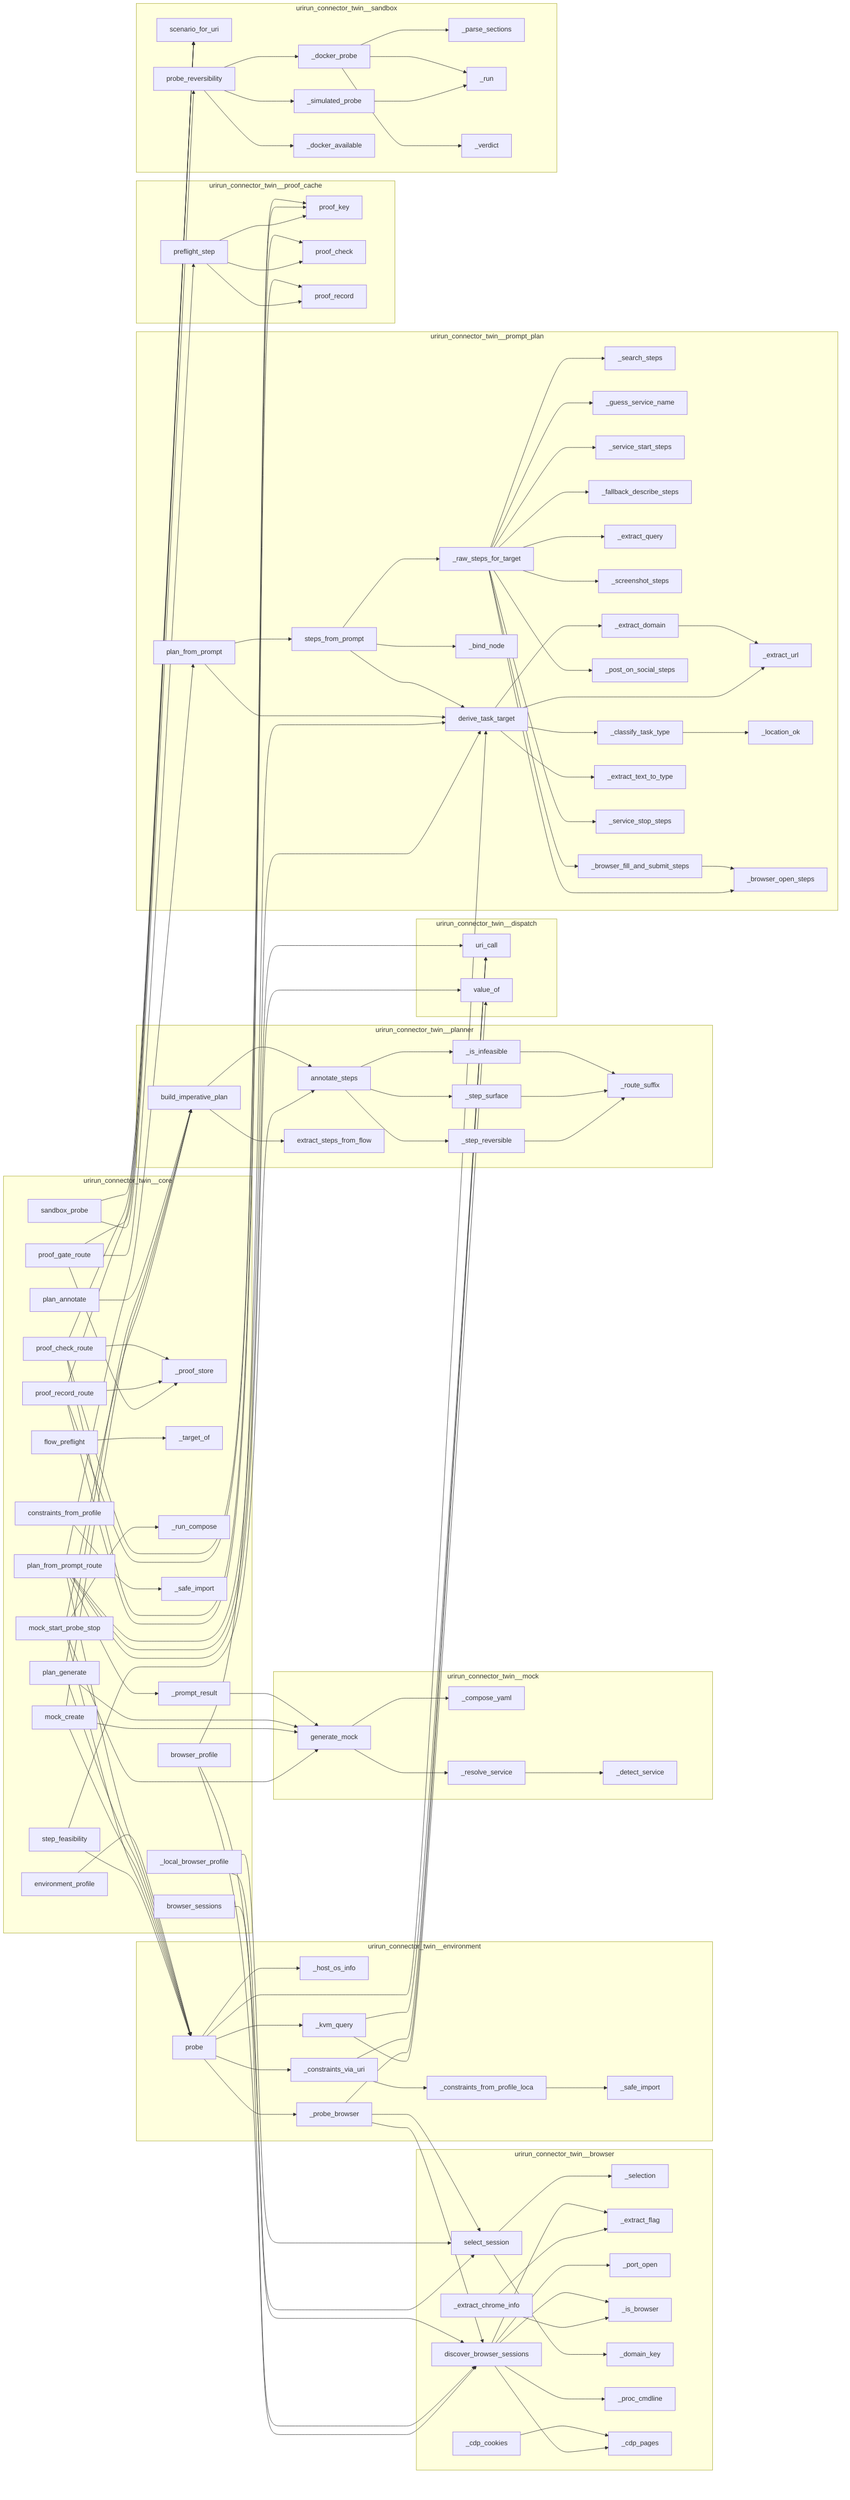
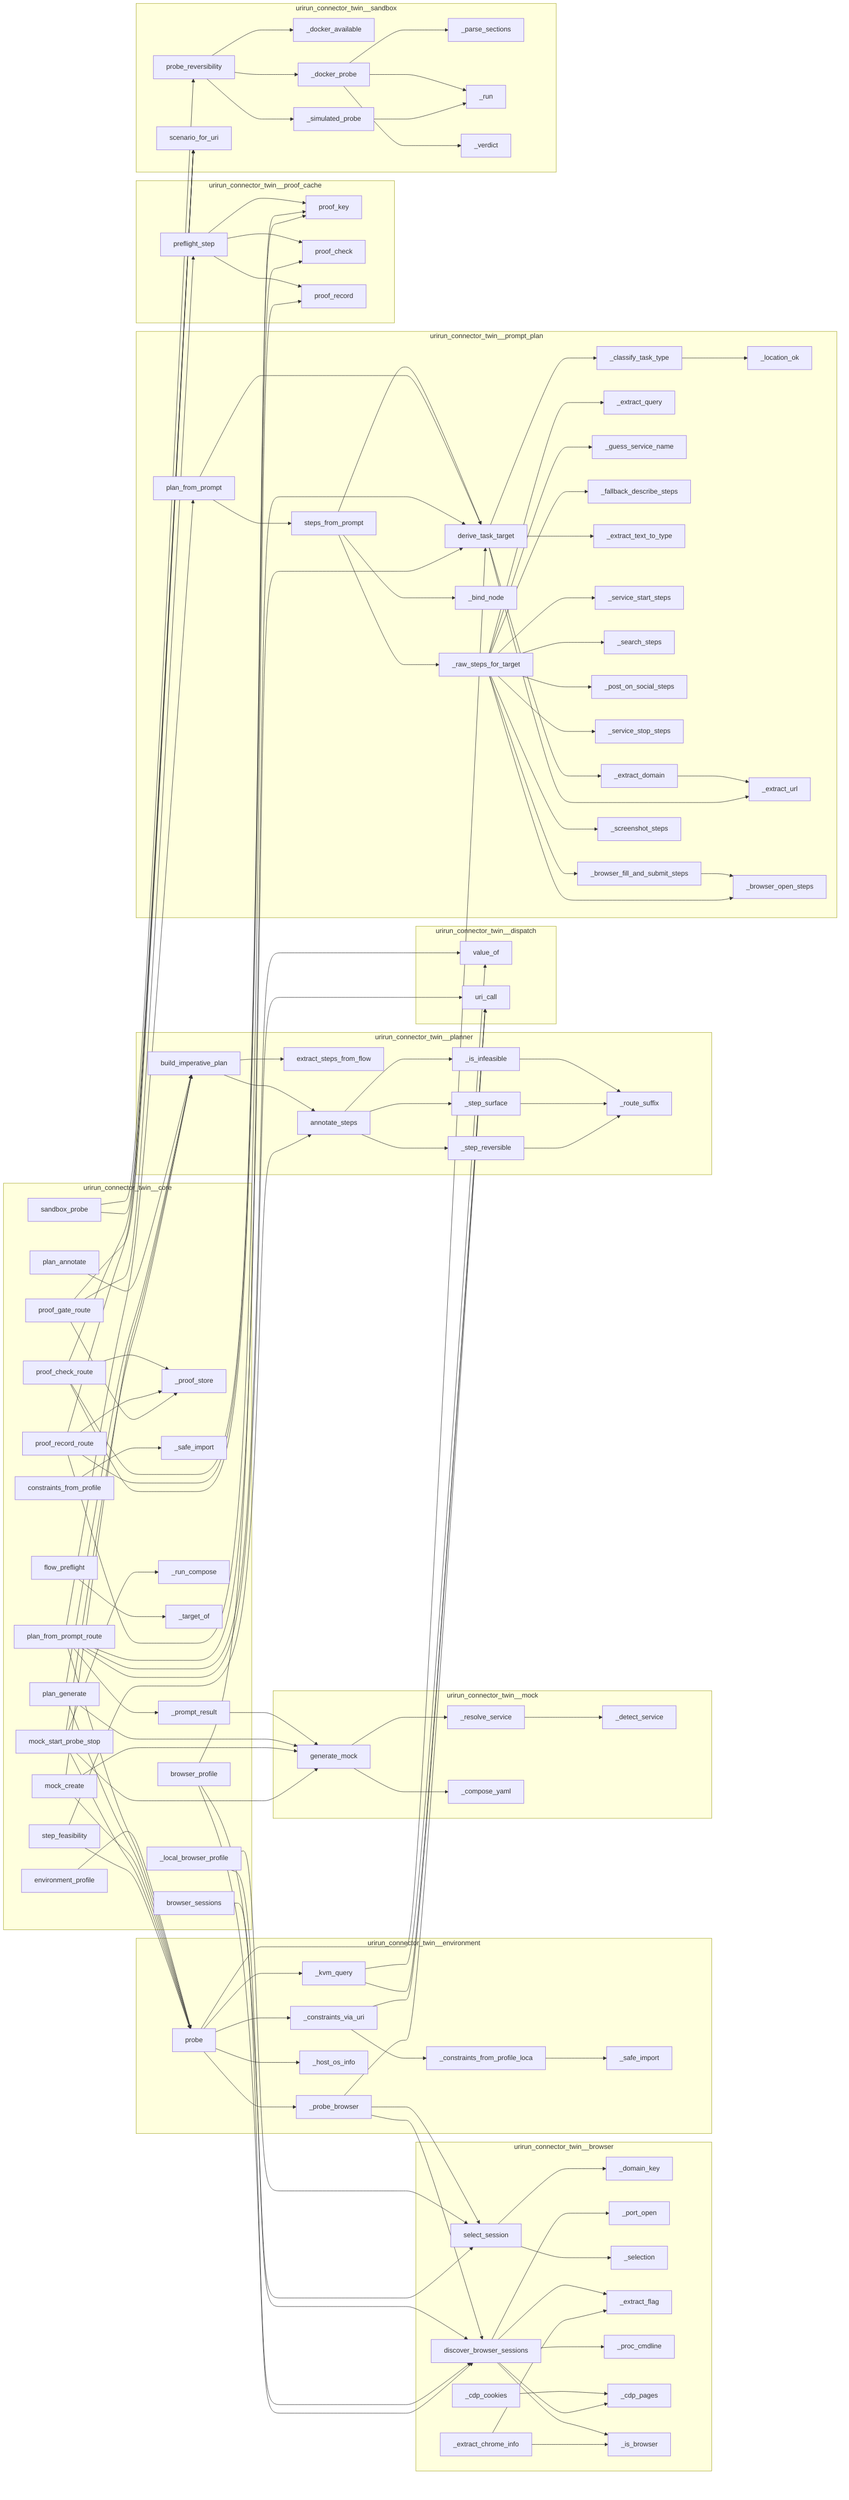
flowchart LR
%% generated in 0.00s
    subgraph urirun_connector_twin__browser
+         urirun_connector_twin__browser___domain_key["_domain_key"]
+         urirun_connector_twin__browser___port_open["_port_open"]
+         urirun_connector_twin__browser___extract_chrome_info["_extract_chrome_info"]
+         urirun_connector_twin__browser___cdp_cookies["_cdp_cookies"]
        urirun_connector_twin__browser___selection["_selection"]
-         urirun_connector_twin__browser___extract_chrome_info["_extract_chrome_info"]
+         urirun_connector_twin__browser__discover_browser_sessions["discover_browser_sessions"]
        urirun_connector_twin__browser___extract_flag["_extract_flag"]
-         urirun_connector_twin__browser__select_session["select_session"]
-         urirun_connector_twin__browser___port_open["_port_open"]
-         urirun_connector_twin__browser___cdp_cookies["_cdp_cookies"]
-         urirun_connector_twin__browser___is_browser["_is_browser"]
-         urirun_connector_twin__browser___domain_key["_domain_key"]
        urirun_connector_twin__browser___proc_cmdline["_proc_cmdline"]
        urirun_connector_twin__browser___cdp_pages["_cdp_pages"]
-         urirun_connector_twin__browser__discover_browser_sessions["discover_browser_sessions"]
+         urirun_connector_twin__browser___is_browser["_is_browser"]
+         urirun_connector_twin__browser__select_session["select_session"]
    end
    subgraph urirun_connector_twin__core
+         urirun_connector_twin__core__flow_preflight["flow_preflight"]
+         urirun_connector_twin__core__mock_create["mock_create"]
+         urirun_connector_twin__core__proof_check_route["proof_check_route"]
        urirun_connector_twin__core___proof_store["_proof_store"]
-         urirun_connector_twin__core___target_of["_target_of"]
-         urirun_connector_twin__core__plan_from_prompt_route["plan_from_prompt_route"]
-         urirun_connector_twin__core___run_compose["_run_compose"]
-         urirun_connector_twin__core__flow_preflight["flow_preflight"]
+         urirun_connector_twin__core___safe_import["_safe_import"]
        urirun_connector_twin__core__step_feasibility["step_feasibility"]
-         urirun_connector_twin__core__mock_create["mock_create"]
-         urirun_connector_twin__core__browser_sessions["browser_sessions"]
-         urirun_connector_twin__core__proof_record_route["proof_record_route"]
-         urirun_connector_twin__core__constraints_from_profile["constraints_from_profile"]
-         urirun_connector_twin__core__browser_profile["browser_profile"]
-         urirun_connector_twin__core__proof_gate_route["proof_gate_route"]
-         urirun_connector_twin__core__proof_check_route["proof_check_route"]
-         urirun_connector_twin__core___safe_import["_safe_import"]
-         urirun_connector_twin__core__plan_annotate["plan_annotate"]
-         urirun_connector_twin__core__plan_generate["plan_generate"]
-         urirun_connector_twin__core__mock_start_probe_stop["mock_start_probe_stop"]
        urirun_connector_twin__core__sandbox_probe["sandbox_probe"]
        urirun_connector_twin__core___local_browser_profile["_local_browser_profile"]
        urirun_connector_twin__core__environment_profile["environment_profile"]
+         urirun_connector_twin__core__proof_gate_route["proof_gate_route"]
+         urirun_connector_twin__core__constraints_from_profile["constraints_from_profile"]
+         urirun_connector_twin__core__mock_start_probe_stop["mock_start_probe_stop"]
        urirun_connector_twin__core___prompt_result["_prompt_result"]
+         urirun_connector_twin__core__browser_sessions["browser_sessions"]
+         urirun_connector_twin__core__proof_record_route["proof_record_route"]
+         urirun_connector_twin__core__plan_annotate["plan_annotate"]
+         urirun_connector_twin__core___run_compose["_run_compose"]
+         urirun_connector_twin__core___target_of["_target_of"]
+         urirun_connector_twin__core__browser_profile["browser_profile"]
+         urirun_connector_twin__core__plan_generate["plan_generate"]
+         urirun_connector_twin__core__plan_from_prompt_route["plan_from_prompt_route"]
    end
    subgraph urirun_connector_twin__dispatch
+         urirun_connector_twin__dispatch__value_of["value_of"]
        urirun_connector_twin__dispatch__uri_call["uri_call"]
-         urirun_connector_twin__dispatch__value_of["value_of"]
    end
    subgraph urirun_connector_twin__environment
        urirun_connector_twin__environment___safe_import["_safe_import"]
+         urirun_connector_twin__environment___probe_browser["_probe_browser"]
+         urirun_connector_twin__environment___kvm_query["_kvm_query"]
+         urirun_connector_twin__environment___constraints_via_uri["_constraints_via_uri"]
+         urirun_connector_twin__environment__probe["probe"]
        urirun_connector_twin__environment___host_os_info["_host_os_info"]
-         urirun_connector_twin__environment___kvm_query["_kvm_query"]
-         urirun_connector_twin__environment__probe["probe"]
-         urirun_connector_twin__environment___constraints_via_uri["_constraints_via_uri"]
        urirun_connector_twin__environment___constraints_from_profile_local["_constraints_from_profile_loca"]
-         urirun_connector_twin__environment___probe_browser["_probe_browser"]
    end
    subgraph urirun_connector_twin__mock
-         urirun_connector_twin__mock___compose_yaml["_compose_yaml"]
        urirun_connector_twin__mock__generate_mock["generate_mock"]
        urirun_connector_twin__mock___resolve_service["_resolve_service"]
        urirun_connector_twin__mock___detect_service["_detect_service"]
+         urirun_connector_twin__mock___compose_yaml["_compose_yaml"]
    end
    subgraph urirun_connector_twin__planner
+         urirun_connector_twin__planner__build_imperative_plan["build_imperative_plan"]
+         urirun_connector_twin__planner___step_surface["_step_surface"]
+         urirun_connector_twin__planner___is_infeasible["_is_infeasible"]
+         urirun_connector_twin__planner___route_suffix["_route_suffix"]
+         urirun_connector_twin__planner__extract_steps_from_flow["extract_steps_from_flow"]
        urirun_connector_twin__planner__annotate_steps["annotate_steps"]
-         urirun_connector_twin__planner__build_imperative_plan["build_imperative_plan"]
-         urirun_connector_twin__planner___route_suffix["_route_suffix"]
-         urirun_connector_twin__planner___is_infeasible["_is_infeasible"]
-         urirun_connector_twin__planner__extract_steps_from_flow["extract_steps_from_flow"]
        urirun_connector_twin__planner___step_reversible["_step_reversible"]
-         urirun_connector_twin__planner___step_surface["_step_surface"]
    end
    subgraph urirun_connector_twin__prompt_plan
+         urirun_connector_twin__prompt_plan___browser_fill_and_submit_steps["_browser_fill_and_submit_steps"]
+         urirun_connector_twin__prompt_plan___extract_query["_extract_query"]
+         urirun_connector_twin__prompt_plan___guess_service_name["_guess_service_name"]
+         urirun_connector_twin__prompt_plan___fallback_describe_steps["_fallback_describe_steps"]
+         urirun_connector_twin__prompt_plan__steps_from_prompt["steps_from_prompt"]
+         urirun_connector_twin__prompt_plan___extract_text_to_type["_extract_text_to_type"]
+         urirun_connector_twin__prompt_plan___service_start_steps["_service_start_steps"]
+         urirun_connector_twin__prompt_plan___location_ok["_location_ok"]
+         urirun_connector_twin__prompt_plan__plan_from_prompt["plan_from_prompt"]
+         urirun_connector_twin__prompt_plan___search_steps["_search_steps"]
+         urirun_connector_twin__prompt_plan___raw_steps_for_target["_raw_steps_for_target"]
+         urirun_connector_twin__prompt_plan___post_on_social_steps["_post_on_social_steps"]
+         urirun_connector_twin__prompt_plan___extract_url["_extract_url"]
+         urirun_connector_twin__prompt_plan___service_stop_steps["_service_stop_steps"]
+         urirun_connector_twin__prompt_plan___browser_open_steps["_browser_open_steps"]
+         urirun_connector_twin__prompt_plan___bind_node["_bind_node"]
+         urirun_connector_twin__prompt_plan___classify_task_type["_classify_task_type"]
+         urirun_connector_twin__prompt_plan___extract_domain["_extract_domain"]
        urirun_connector_twin__prompt_plan__derive_task_target["derive_task_target"]
-         urirun_connector_twin__prompt_plan___search_steps["_search_steps"]
-         urirun_connector_twin__prompt_plan___guess_service_name["_guess_service_name"]
-         urirun_connector_twin__prompt_plan___service_start_steps["_service_start_steps"]
-         urirun_connector_twin__prompt_plan___fallback_describe_steps["_fallback_describe_steps"]
-         urirun_connector_twin__prompt_plan___extract_query["_extract_query"]
-         urirun_connector_twin__prompt_plan___extract_url["_extract_url"]
-         urirun_connector_twin__prompt_plan___location_ok["_location_ok"]
-         urirun_connector_twin__prompt_plan___bind_node["_bind_node"]
-         urirun_connector_twin__prompt_plan___browser_open_steps["_browser_open_steps"]
-         urirun_connector_twin__prompt_plan__plan_from_prompt["plan_from_prompt"]
        urirun_connector_twin__prompt_plan___screenshot_steps["_screenshot_steps"]
-         urirun_connector_twin__prompt_plan___browser_fill_and_submit_steps["_browser_fill_and_submit_steps"]
-         urirun_connector_twin__prompt_plan__steps_from_prompt["steps_from_prompt"]
-         urirun_connector_twin__prompt_plan___post_on_social_steps["_post_on_social_steps"]
-         urirun_connector_twin__prompt_plan___extract_domain["_extract_domain"]
-         urirun_connector_twin__prompt_plan___raw_steps_for_target["_raw_steps_for_target"]
-         urirun_connector_twin__prompt_plan___classify_task_type["_classify_task_type"]
-         urirun_connector_twin__prompt_plan___extract_text_to_type["_extract_text_to_type"]
-         urirun_connector_twin__prompt_plan___service_stop_steps["_service_stop_steps"]
    end
    subgraph urirun_connector_twin__proof_cache
-         urirun_connector_twin__proof_cache__preflight_step["preflight_step"]
        urirun_connector_twin__proof_cache__proof_key["proof_key"]
        urirun_connector_twin__proof_cache__proof_check["proof_check"]
        urirun_connector_twin__proof_cache__proof_record["proof_record"]
+         urirun_connector_twin__proof_cache__preflight_step["preflight_step"]
    end
    subgraph urirun_connector_twin__sandbox
-         urirun_connector_twin__sandbox___docker_probe["_docker_probe"]
+         urirun_connector_twin__sandbox___docker_available["_docker_available"]
        urirun_connector_twin__sandbox___parse_sections["_parse_sections"]
        urirun_connector_twin__sandbox___run["_run"]
+         urirun_connector_twin__sandbox___simulated_probe["_simulated_probe"]
+         urirun_connector_twin__sandbox__probe_reversibility["probe_reversibility"]
        urirun_connector_twin__sandbox___verdict["_verdict"]
        urirun_connector_twin__sandbox__scenario_for_uri["scenario_for_uri"]
-         urirun_connector_twin__sandbox___simulated_probe["_simulated_probe"]
-         urirun_connector_twin__sandbox__probe_reversibility["probe_reversibility"]
-         urirun_connector_twin__sandbox___docker_available["_docker_available"]
+         urirun_connector_twin__sandbox___docker_probe["_docker_probe"]
    end
    urirun_connector_twin__sandbox___docker_probe --> urirun_connector_twin__sandbox___run
    urirun_connector_twin__sandbox___docker_probe --> urirun_connector_twin__sandbox___parse_sections
    urirun_connector_twin__sandbox___docker_probe --> urirun_connector_twin__sandbox___verdict
    urirun_connector_twin__sandbox___simulated_probe --> urirun_connector_twin__sandbox___run
    urirun_connector_twin__sandbox__probe_reversibility --> urirun_connector_twin__sandbox___docker_available
    urirun_connector_twin__sandbox__probe_reversibility --> urirun_connector_twin__sandbox___docker_probe
    urirun_connector_twin__sandbox__probe_reversibility --> urirun_connector_twin__sandbox___simulated_probe
    urirun_connector_twin__mock___resolve_service --> urirun_connector_twin__mock___detect_service
    urirun_connector_twin__mock__generate_mock --> urirun_connector_twin__mock___resolve_service
    urirun_connector_twin__mock__generate_mock --> urirun_connector_twin__mock___compose_yaml
    urirun_connector_twin__browser___cdp_cookies --> urirun_connector_twin__browser___cdp_pages
    urirun_connector_twin__browser__discover_browser_sessions --> urirun_connector_twin__browser___proc_cmdline
    urirun_connector_twin__browser__discover_browser_sessions --> urirun_connector_twin__browser___extract_flag
    urirun_connector_twin__browser__discover_browser_sessions --> urirun_connector_twin__browser___port_open
    urirun_connector_twin__browser__discover_browser_sessions --> urirun_connector_twin__browser___is_browser
    urirun_connector_twin__browser__discover_browser_sessions --> urirun_connector_twin__browser___cdp_pages
    urirun_connector_twin__browser__select_session --> urirun_connector_twin__browser___domain_key
    urirun_connector_twin__browser__select_session --> urirun_connector_twin__browser___selection
    urirun_connector_twin__browser___extract_chrome_info --> urirun_connector_twin__browser___extract_flag
    urirun_connector_twin__browser___extract_chrome_info --> urirun_connector_twin__browser___is_browser
    urirun_connector_twin__planner___is_infeasible --> urirun_connector_twin__planner___route_suffix
    urirun_connector_twin__planner___step_surface --> urirun_connector_twin__planner___route_suffix
    urirun_connector_twin__planner___step_reversible --> urirun_connector_twin__planner___route_suffix
    urirun_connector_twin__planner__annotate_steps --> urirun_connector_twin__planner___is_infeasible
    urirun_connector_twin__planner__annotate_steps --> urirun_connector_twin__planner___step_reversible
    urirun_connector_twin__planner__annotate_steps --> urirun_connector_twin__planner___step_surface
    urirun_connector_twin__planner__build_imperative_plan --> urirun_connector_twin__planner__extract_steps_from_flow
    urirun_connector_twin__planner__build_imperative_plan --> urirun_connector_twin__planner__annotate_steps
    urirun_connector_twin__prompt_plan___extract_domain --> urirun_connector_twin__prompt_plan___extract_url
    urirun_connector_twin__prompt_plan___browser_fill_and_submit_steps --> urirun_connector_twin__prompt_plan___browser_open_steps
    urirun_connector_twin__prompt_plan___classify_task_type --> urirun_connector_twin__prompt_plan___location_ok
    urirun_connector_twin__prompt_plan__derive_task_target --> urirun_connector_twin__prompt_plan___extract_domain
    urirun_connector_twin__prompt_plan__derive_task_target --> urirun_connector_twin__prompt_plan___extract_url
    urirun_connector_twin__prompt_plan__derive_task_target --> urirun_connector_twin__prompt_plan___extract_text_to_type
    urirun_connector_twin__prompt_plan__derive_task_target --> urirun_connector_twin__prompt_plan___classify_task_type
    urirun_connector_twin__prompt_plan___raw_steps_for_target --> urirun_connector_twin__prompt_plan___fallback_describe_steps
    urirun_connector_twin__prompt_plan___raw_steps_for_target --> urirun_connector_twin__prompt_plan___post_on_social_steps
    urirun_connector_twin__prompt_plan___raw_steps_for_target --> urirun_connector_twin__prompt_plan___search_steps
    urirun_connector_twin__prompt_plan___raw_steps_for_target --> urirun_connector_twin__prompt_plan___browser_fill_and_submit_steps
    urirun_connector_twin__prompt_plan___raw_steps_for_target --> urirun_connector_twin__prompt_plan___browser_open_steps
    urirun_connector_twin__prompt_plan___raw_steps_for_target --> urirun_connector_twin__prompt_plan___screenshot_steps
    urirun_connector_twin__prompt_plan___raw_steps_for_target --> urirun_connector_twin__prompt_plan___service_start_steps
    urirun_connector_twin__prompt_plan___raw_steps_for_target --> urirun_connector_twin__prompt_plan___service_stop_steps
    urirun_connector_twin__prompt_plan___raw_steps_for_target --> urirun_connector_twin__prompt_plan___extract_query
    urirun_connector_twin__prompt_plan___raw_steps_for_target --> urirun_connector_twin__prompt_plan___guess_service_name
    urirun_connector_twin__prompt_plan__steps_from_prompt --> urirun_connector_twin__prompt_plan___bind_node
    urirun_connector_twin__prompt_plan__steps_from_prompt --> urirun_connector_twin__prompt_plan___raw_steps_for_target
    urirun_connector_twin__prompt_plan__steps_from_prompt --> urirun_connector_twin__prompt_plan__derive_task_target
    urirun_connector_twin__prompt_plan__plan_from_prompt --> urirun_connector_twin__prompt_plan__derive_task_target
    urirun_connector_twin__prompt_plan__plan_from_prompt --> urirun_connector_twin__prompt_plan__steps_from_prompt
+     urirun_connector_twin__environment___kvm_query --> urirun_connector_twin__dispatch__uri_call
+     urirun_connector_twin__environment___kvm_query --> urirun_connector_twin__dispatch__value_of
+     urirun_connector_twin__environment___constraints_from_profile_local --> urirun_connector_twin__environment___safe_import
+     urirun_connector_twin__environment___constraints_via_uri --> urirun_connector_twin__dispatch__uri_call
+     urirun_connector_twin__environment___constraints_via_uri --> urirun_connector_twin__environment___constraints_from_profile_local
+     urirun_connector_twin__environment___probe_browser --> urirun_connector_twin__dispatch__uri_call
+     urirun_connector_twin__environment___probe_browser --> urirun_connector_twin__browser__select_session
+     urirun_connector_twin__environment___probe_browser --> urirun_connector_twin__browser__discover_browser_sessions
+     urirun_connector_twin__environment__probe --> urirun_connector_twin__environment___host_os_info
+     urirun_connector_twin__environment__probe --> urirun_connector_twin__environment___constraints_via_uri
+     urirun_connector_twin__environment__probe --> urirun_connector_twin__environment___probe_browser
+     urirun_connector_twin__environment__probe --> urirun_connector_twin__environment___kvm_query
+     urirun_connector_twin__environment__probe --> urirun_connector_twin__prompt_plan__derive_task_target
+     urirun_connector_twin__proof_cache__preflight_step --> urirun_connector_twin__proof_cache__proof_key
+     urirun_connector_twin__proof_cache__preflight_step --> urirun_connector_twin__proof_cache__proof_check
+     urirun_connector_twin__proof_cache__preflight_step --> urirun_connector_twin__proof_cache__proof_record
    urirun_connector_twin__core___local_browser_profile --> urirun_connector_twin__browser__discover_browser_sessions
    urirun_connector_twin__core___local_browser_profile --> urirun_connector_twin__browser__select_session
    urirun_connector_twin__core___prompt_result --> urirun_connector_twin__mock__generate_mock
    urirun_connector_twin__core__environment_profile --> urirun_connector_twin__environment__probe
    urirun_connector_twin__core__constraints_from_profile --> urirun_connector_twin__core___safe_import
    urirun_connector_twin__core__browser_sessions --> urirun_connector_twin__browser__discover_browser_sessions
    urirun_connector_twin__core__browser_profile --> urirun_connector_twin__browser__discover_browser_sessions
    urirun_connector_twin__core__browser_profile --> urirun_connector_twin__browser__select_session
    urirun_connector_twin__core__browser_profile --> urirun_connector_twin__prompt_plan__derive_task_target
    urirun_connector_twin__core__plan_from_prompt_route --> urirun_connector_twin__prompt_plan__derive_task_target
    urirun_connector_twin__core__plan_from_prompt_route --> urirun_connector_twin__prompt_plan__plan_from_prompt
    urirun_connector_twin__core__plan_from_prompt_route --> urirun_connector_twin__dispatch__uri_call
    urirun_connector_twin__core__plan_from_prompt_route --> urirun_connector_twin__core___prompt_result
    urirun_connector_twin__core__plan_from_prompt_route --> urirun_connector_twin__dispatch__value_of
    urirun_connector_twin__core__plan_from_prompt_route --> urirun_connector_twin__environment__probe
    urirun_connector_twin__core__plan_annotate --> urirun_connector_twin__planner__build_imperative_plan
    urirun_connector_twin__core__plan_generate --> urirun_connector_twin__environment__probe
    urirun_connector_twin__core__plan_generate --> urirun_connector_twin__planner__build_imperative_plan
    urirun_connector_twin__core__plan_generate --> urirun_connector_twin__mock__generate_mock
    urirun_connector_twin__core__mock_create --> urirun_connector_twin__environment__probe
    urirun_connector_twin__core__mock_create --> urirun_connector_twin__planner__build_imperative_plan
    urirun_connector_twin__core__mock_create --> urirun_connector_twin__mock__generate_mock
    urirun_connector_twin__core__mock_start_probe_stop --> urirun_connector_twin__environment__probe
    urirun_connector_twin__core__mock_start_probe_stop --> urirun_connector_twin__planner__build_imperative_plan
    urirun_connector_twin__core__mock_start_probe_stop --> urirun_connector_twin__mock__generate_mock
    urirun_connector_twin__core__mock_start_probe_stop --> urirun_connector_twin__core___run_compose
    urirun_connector_twin__core__step_feasibility --> urirun_connector_twin__environment__probe
    urirun_connector_twin__core__step_feasibility --> urirun_connector_twin__planner__annotate_steps
    urirun_connector_twin__core__sandbox_probe --> urirun_connector_twin__sandbox__probe_reversibility
    urirun_connector_twin__core__sandbox_probe --> urirun_connector_twin__sandbox__scenario_for_uri
    urirun_connector_twin__core__proof_check_route --> urirun_connector_twin__proof_cache__proof_key
    urirun_connector_twin__core__proof_check_route --> urirun_connector_twin__proof_cache__proof_check
    urirun_connector_twin__core__proof_check_route --> urirun_connector_twin__sandbox__scenario_for_uri
    urirun_connector_twin__core__proof_check_route --> urirun_connector_twin__core___proof_store
    urirun_connector_twin__core__proof_record_route --> urirun_connector_twin__sandbox__scenario_for_uri
    urirun_connector_twin__core__proof_record_route --> urirun_connector_twin__proof_cache__proof_key
    urirun_connector_twin__core__proof_record_route --> urirun_connector_twin__proof_cache__proof_record
    urirun_connector_twin__core__proof_record_route --> urirun_connector_twin__core___proof_store
    urirun_connector_twin__core__proof_gate_route --> urirun_connector_twin__proof_cache__preflight_step
    urirun_connector_twin__core__proof_gate_route --> urirun_connector_twin__sandbox__scenario_for_uri
    urirun_connector_twin__core__proof_gate_route --> urirun_connector_twin__core___proof_store
    urirun_connector_twin__core__flow_preflight --> urirun_connector_twin__core___target_of
-     urirun_connector_twin__environment___kvm_query --> urirun_connector_twin__dispatch__uri_call
-     urirun_connector_twin__environment___kvm_query --> urirun_connector_twin__dispatch__value_of
-     urirun_connector_twin__environment___constraints_from_profile_local --> urirun_connector_twin__environment___safe_import
-     urirun_connector_twin__environment___constraints_via_uri --> urirun_connector_twin__dispatch__uri_call
-     urirun_connector_twin__environment___constraints_via_uri --> urirun_connector_twin__environment___constraints_from_profile_local
-     urirun_connector_twin__environment___probe_browser --> urirun_connector_twin__dispatch__uri_call
-     urirun_connector_twin__environment___probe_browser --> urirun_connector_twin__browser__select_session
-     urirun_connector_twin__environment___probe_browser --> urirun_connector_twin__browser__discover_browser_sessions
-     urirun_connector_twin__environment__probe --> urirun_connector_twin__environment___host_os_info
-     urirun_connector_twin__environment__probe --> urirun_connector_twin__environment___constraints_via_uri
-     urirun_connector_twin__environment__probe --> urirun_connector_twin__environment___probe_browser
-     urirun_connector_twin__environment__probe --> urirun_connector_twin__environment___kvm_query
-     urirun_connector_twin__environment__probe --> urirun_connector_twin__prompt_plan__derive_task_target
-     urirun_connector_twin__proof_cache__preflight_step --> urirun_connector_twin__proof_cache__proof_key
-     urirun_connector_twin__proof_cache__preflight_step --> urirun_connector_twin__proof_cache__proof_check
-     urirun_connector_twin__proof_cache__preflight_step --> urirun_connector_twin__proof_cache__proof_record
